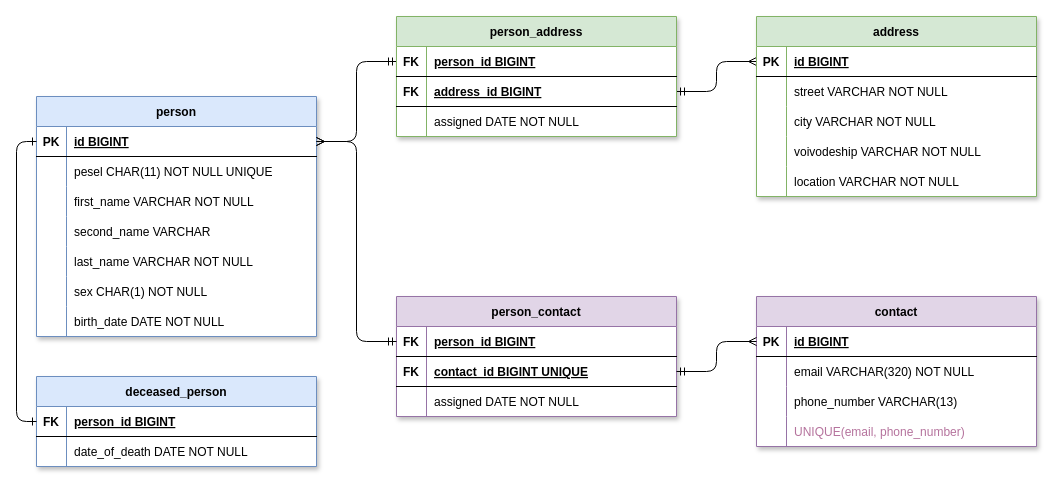
This is database/diagrams/fakers_db.drawio from bkosm/fakers, a draw.io file, before an edit. Source tidied: cells renumbered, new cells numbered last; positions are measured from the earlier drawing's top-left corner, leaving out a move shared by most shapes. Both pictures are drawn from the tidied source at 100%, with x=0, y=0 at pixel (36, 16).
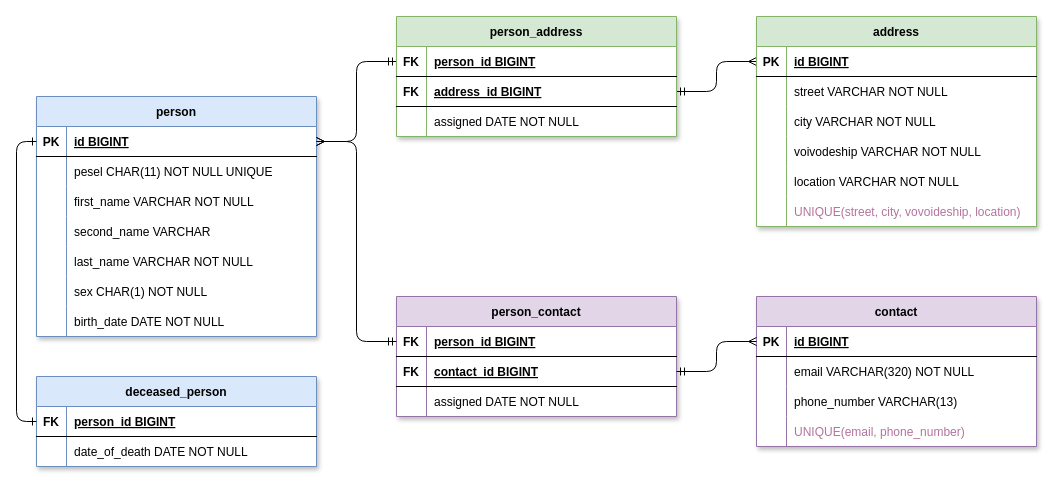
After the change.

Unchanged cells that the change refers to:
```xml
<mxCell id="28" style="shape=partialRectangle;fillColor=none;points=[[0,0.5],[1,0.5]];portConstraint=eastwest;top=0;left=0;right=0;bottom=1;" parent="24" vertex="1">
  <mxGeometry y="60" width="280" height="30" as="geometry" />
</mxCell>
```

What changed in the source:
```diff
@@
-    <mxCell id="30" value="contact_id BIGINT UNIQUE" style="shape=partialRectangle;overflow=hidden;fillColor=none;top=0;left=0;bottom=0;right=0;align=left;spacingLeft=6;fontStyle=5;" parent="28" vertex="1">
+    <mxCell id="30" value="contact_id BIGINT" style="shape=partialRectangle;overflow=hidden;fillColor=none;top=0;left=0;bottom=0;right=0;align=left;spacingLeft=6;fontStyle=5;" parent="28" vertex="1">
       <mxGeometry x="30" width="250" height="30" as="geometry" />
     </mxCell>
@@
     <mxCell id="69" value="address" style="shape=table;startSize=30;childLayout=tableLayout;rowLines=0;fontStyle=1;align=center;fillColor=#d5e8d4;strokeColor=#82b366;swimlaneFillColor=#ffffff;shadow=1;" parent="1" vertex="1">
-      <mxGeometry x="720" width="280" height="180" as="geometry" />
+      <mxGeometry x="720" width="280" height="210" as="geometry" />
     </mxCell>
@@
+    <mxCell id="85" style="shape=partialRectangle;fillColor=none;top=0;left=0;right=0;bottom=0;" parent="69" vertex="1">
+      <mxGeometry y="180" width="280" height="30" as="geometry" />
+    </mxCell>
+    <mxCell id="86" style="shape=partialRectangle;overflow=hidden;fillColor=none;top=0;left=0;bottom=0;right=0;" parent="85" vertex="1">
+      <mxGeometry width="30" height="30" as="geometry" />
+    </mxCell>
+    <mxCell id="87" value="UNIQUE(street, city, vovoideship, location)" style="shape=partialRectangle;overflow=hidden;fillColor=none;top=0;left=0;bottom=0;right=0;align=left;spacingLeft=6;fontColor=#B5739D;" parent="85" vertex="1">
+      <mxGeometry x="30" width="250" height="30" as="geometry" />
+    </mxCell>
```
